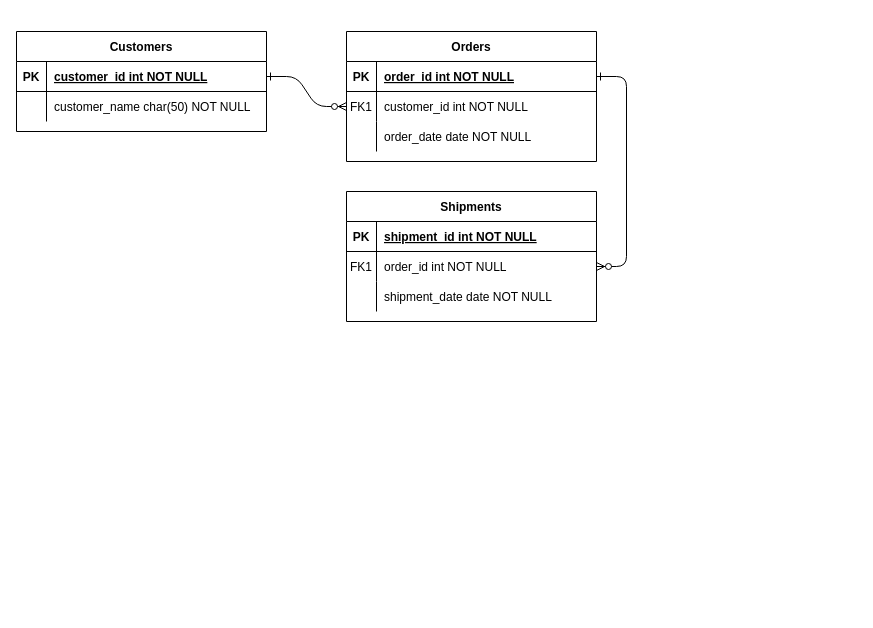
Before: Untitled Diagram.drawio in jiayiliao/Baseball-Data-Analysis, a draw.io diagram. Source tidied: cells renumbered, new cells numbered last; positions are measured from the earlier drawing's top-left corner, leaving out a move shared by most shapes. Both pictures are drawn from the tidied source at 100%, with x=0, y=0 at pixel (16, 31).
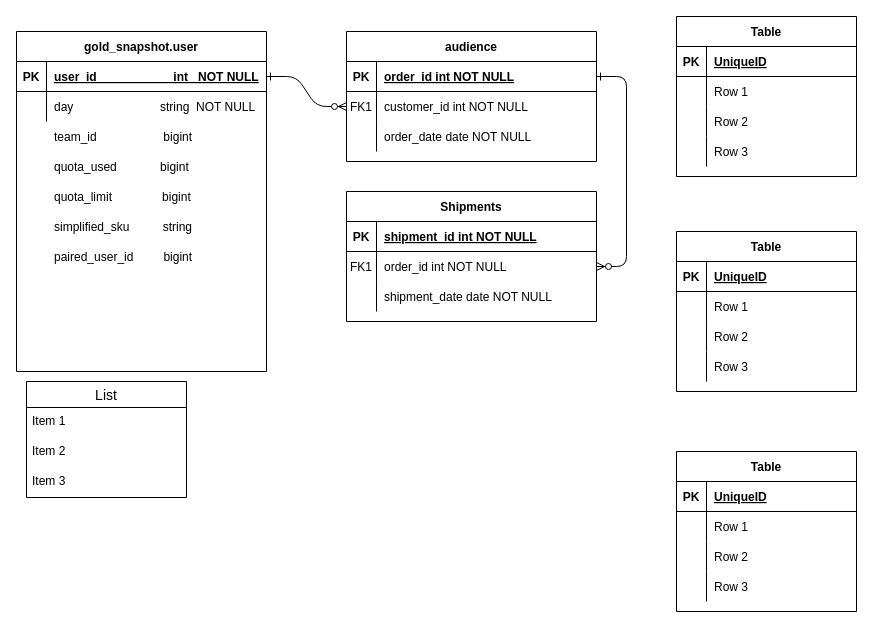
After the change.

Unchanged cells that the change refers to:
```xml
<mxCell id="25" style="shape=partialRectangle;fillColor=none;points=[[0,0.5],[1,0.5]];portConstraint=eastwest;top=0;left=0;right=0;bottom=1;" parent="24" vertex="1">
  <mxGeometry y="30" width="250" height="30" as="geometry" />
</mxCell>
<mxCell id="28" style="shape=partialRectangle;fillColor=none;top=0;left=0;right=0;bottom=0;" parent="24" vertex="1">
  <mxGeometry y="60" width="250" height="30" as="geometry" />
</mxCell>
```

What changed in the source:
```diff
@@
-    <mxCell id="4" value="Orders" style="shape=table;startSize=30;childLayout=tableLayout;rowLines=0;fontStyle=1;align=center;" parent="1" vertex="1">
+    <mxCell id="4" value="audience" style="shape=table;startSize=30;childLayout=tableLayout;rowLines=0;fontStyle=1;align=center;" parent="1" vertex="1">
       <mxGeometry x="330" width="250" height="130" as="geometry" />
     </mxCell>
@@
-    <mxCell id="24" value="Customers" style="shape=table;startSize=30;childLayout=tableLayout;rowLines=0;fontStyle=1;align=center;" parent="1" vertex="1">
-      <mxGeometry width="250" height="100" as="geometry" />
+    <mxCell id="24" value="gold_snapshot.user" style="shape=table;startSize=30;childLayout=tableLayout;rowLines=0;fontStyle=1;align=center;" parent="1" vertex="1">
+      <mxGeometry width="250" height="340" as="geometry" />
     </mxCell>
@@
-    <mxCell id="27" value="customer_id int NOT NULL " style="shape=partialRectangle;overflow=hidden;fillColor=none;top=0;left=0;bottom=0;right=0;align=left;spacingLeft=6;fontStyle=5;" parent="25" vertex="1">
+    <mxCell id="27" value="user_id                       int   NOT NULL" style="shape=partialRectangle;overflow=hidden;fillColor=none;top=0;left=0;bottom=0;right=0;align=left;spacingLeft=6;fontStyle=5;" parent="25" vertex="1">
       <mxGeometry x="30" width="220" height="30" as="geometry" />
     </mxCell>
@@
-    <mxCell id="30" value="customer_name char(50) NOT NULL" style="shape=partialRectangle;overflow=hidden;fillColor=none;top=0;left=0;bottom=0;right=0;align=left;spacingLeft=6;" parent="28" vertex="1">
+    <mxCell id="30" value="day                          string  NOT NULL" style="shape=partialRectangle;overflow=hidden;fillColor=none;top=0;left=0;bottom=0;right=0;align=left;spacingLeft=6;" parent="28" vertex="1">
       <mxGeometry x="30" width="220" height="30" as="geometry" />
     </mxCell>
+    <mxCell id="31" value="Table" style="shape=table;startSize=30;childLayout=tableLayout;rowLines=0;fontStyle=1;align=center;" parent="1" vertex="1">
+      <mxGeometry x="660" y="-15" width="180" height="160" as="geometry" />
+    </mxCell>
+    <mxCell id="32" style="shape=partialRectangle;fillColor=none;top=0;left=0;bottom=1;right=0;" parent="31" vertex="1">
+      <mxGeometry y="30" width="180" height="30" as="geometry" />
+    </mxCell>
+    <mxCell id="33" value="PK" style="shape=partialRectangle;fillColor=none;top=0;left=0;bottom=0;right=0;fontStyle=1;overflow=hidden;" parent="32" vertex="1">
+      <mxGeometry width="30" height="30" as="geometry" />
+    </mxCell>
+    <mxCell id="34" value="UniqueID" style="shape=partialRectangle;fillColor=none;top=0;left=0;bottom=0;right=0;align=left;spacingLeft=6;fontStyle=5;overflow=hidden;" parent="32" vertex="1">
+      <mxGeometry x="30" width="150" height="30" as="geometry" />
+    </mxCell>
+    <mxCell id="35" style="shape=partialRectangle;fillColor=none;top=0;left=0;bottom=0;right=0;" parent="31" vertex="1">
+      <mxGeometry y="60" width="180" height="30" as="geometry" />
+    </mxCell>
+    <mxCell id="36" style="shape=partialRectangle;fillColor=none;top=0;left=0;bottom=0;right=0;overflow=hidden;" parent="35" vertex="1">
+      <mxGeometry width="30" height="30" as="geometry" />
+    </mxCell>
+    <mxCell id="37" value="Row 1" style="shape=partialRectangle;fillColor=none;top=0;left=0;bottom=0;right=0;align=left;spacingLeft=6;overflow=hidden;" parent="35" vertex="1">
+      <mxGeometry x="30" width="150" height="30" as="geometry" />
+    </mxCell>
+    <mxCell id="38" style="shape=partialRectangle;fillColor=none;top=0;left=0;bottom=0;right=0;" parent="31" vertex="1">
+      <mxGeometry y="90" width="180" height="30" as="geometry" />
+    </mxCell>
+    <mxCell id="39" style="shape=partialRectangle;fillColor=none;top=0;left=0;bottom=0;right=0;overflow=hidden;" parent="38" vertex="1">
+      <mxGeometry width="30" height="30" as="geometry" />
+    </mxCell>
+    <mxCell id="40" value="Row 2" style="shape=partialRectangle;fillColor=none;top=0;left=0;bottom=0;right=0;align=left;spacingLeft=6;overflow=hidden;" parent="38" vertex="1">
+      <mxGeometry x="30" width="150" height="30" as="geometry" />
+    </mxCell>
+    <mxCell id="41" style="shape=partialRectangle;fillColor=none;top=0;left=0;bottom=0;right=0;" parent="31" vertex="1">
+      <mxGeometry y="120" width="180" height="30" as="geometry" />
+    </mxCell>
+    <mxCell id="42" style="shape=partialRectangle;fillColor=none;top=0;left=0;bottom=0;right=0;overflow=hidden;" parent="41" vertex="1">
+      <mxGeometry width="30" height="30" as="geometry" />
+    </mxCell>
+    <mxCell id="43" value="Row 3" style="shape=partialRectangle;fillColor=none;top=0;left=0;bottom=0;right=0;align=left;spacingLeft=6;overflow=hidden;" parent="41" vertex="1">
+      <mxGeometry x="30" width="150" height="30" as="geometry" />
+    </mxCell>
+    <mxCell id="44" value="Table" style="shape=table;startSize=30;childLayout=tableLayout;rowLines=0;fontStyle=1;align=center;" parent="1" vertex="1">
+      <mxGeometry x="660" y="420" width="180" height="160" as="geometry" />
+    </mxCell>
+    <mxCell id="45" style="shape=partialRectangle;fillColor=none;top=0;left=0;bottom=1;right=0;" parent="44" vertex="1">
+      <mxGeometry y="30" width="180" height="30" as="geometry" />
+    </mxCell>
+    <mxCell id="46" value="PK" style="shape=partialRectangle;fillColor=none;top=0;left=0;bottom=0;right=0;fontStyle=1;overflow=hidden;" parent="45" vertex="1">
+      <mxGeometry width="30" height="30" as="geometry" />
+    </mxCell>
+    <mxCell id="47" value="UniqueID" style="shape=partialRectangle;fillColor=none;top=0;left=0;bottom=0;right=0;align=left;spacingLeft=6;fontStyle=5;overflow=hidden;" parent="45" vertex="1">
+      <mxGeometry x="30" width="150" height="30" as="geometry" />
+    </mxCell>
+    <mxCell id="48" style="shape=partialRectangle;fillColor=none;top=0;left=0;bottom=0;right=0;" parent="44" vertex="1">
+      <mxGeometry y="60" width="180" height="30" as="geometry" />
+    </mxCell>
+    <mxCell id="49" style="shape=partialRectangle;fillColor=none;top=0;left=0;bottom=0;right=0;overflow=hidden;" parent="48" vertex="1">
+      <mxGeometry width="30" height="30" as="geometry" />
+    </mxCell>
+    <mxCell id="50" value="Row 1" style="shape=partialRectangle;fillColor=none;top=0;left=0;bottom=0;right=0;align=left;spacingLeft=6;overflow=hidden;" parent="48" vertex="1">
+      <mxGeometry x="30" width="150" height="30" as="geometry" />
+    </mxCell>
+    <mxCell id="51" style="shape=partialRectangle;fillColor=none;top=0;left=0;bottom=0;right=0;" parent="44" vertex="1">
+      <mxGeometry y="90" width="180" height="30" as="geometry" />
+    </mxCell>
+    <mxCell id="52" style="shape=partialRectangle;fillColor=none;top=0;left=0;bottom=0;right=0;overflow=hidden;" parent="51" vertex="1">
+      <mxGeometry width="30" height="30" as="geometry" />
+    </mxCell>
+    <mxCell id="53" value="Row 2" style="shape=partialRectangle;fillColor=none;top=0;left=0;bottom=0;right=0;align=left;spacingLeft=6;overflow=hidden;" parent="51" vertex="1">
+      <mxGeometry x="30" width="150" height="30" as="geometry" />
+    </mxCell>
+    <mxCell id="54" style="shape=partialRectangle;fillColor=none;top=0;left=0;bottom=0;right=0;" parent="44" vertex="1">
+      <mxGeometry y="120" width="180" height="30" as="geometry" />
+    </mxCell>
+    <mxCell id="55" style="shape=partialRectangle;fillColor=none;top=0;left=0;bottom=0;right=0;overflow=hidden;" parent="54" vertex="1">
+      <mxGeometry width="30" height="30" as="geometry" />
+    </mxCell>
+    <mxCell id="56" value="Row 3" style="shape=partialRectangle;fillColor=none;top=0;left=0;bottom=0;right=0;align=left;spacingLeft=6;overflow=hidden;" parent="54" vertex="1">
+      <mxGeometry x="30" width="150" height="30" as="geometry" />
+    </mxCell>
+    <mxCell id="57" value="Table" style="shape=table;startSize=30;childLayout=tableLayout;rowLines=0;fontStyle=1;align=center;" parent="1" vertex="1">
+      <mxGeometry x="660" y="200" width="180" height="160" as="geometry" />
+    </mxCell>
+    <mxCell id="58" style="shape=partialRectangle;fillColor=none;top=0;left=0;bottom=1;right=0;" parent="57" vertex="1">
+      <mxGeometry y="30" width="180" height="30" as="geometry" />
+    </mxCell>
+    <mxCell id="59" value="PK" style="shape=partialRectangle;fillColor=none;top=0;left=0;bottom=0;right=0;fontStyle=1;overflow=hidden;" parent="58" vertex="1">
+      <mxGeometry width="30" height="30" as="geometry" />
+    </mxCell>
+    <mxCell id="60" value="UniqueID" style="shape=partialRectangle;fillColor=none;top=0;left=0;bottom=0;right=0;align=left;spacingLeft=6;fontStyle=5;overflow=hidden;" parent="58" vertex="1">
+      <mxGeometry x="30" width="150" height="30" as="geometry" />
+    </mxCell>
+    <mxCell id="61" style="shape=partialRectangle;fillColor=none;top=0;left=0;bottom=0;right=0;" parent="57" vertex="1">
+      <mxGeometry y="60" width="180" height="30" as="geometry" />
+    </mxCell>
+    <mxCell id="62" style="shape=partialRectangle;fillColor=none;top=0;left=0;bottom=0;right=0;overflow=hidden;" parent="61" vertex="1">
+      <mxGeometry width="30" height="30" as="geometry" />
+    </mxCell>
+    <mxCell id="63" value="Row 1" style="shape=partialRectangle;fillColor=none;top=0;left=0;bottom=0;right=0;align=left;spacingLeft=6;overflow=hidden;" parent="61" vertex="1">
+      <mxGeometry x="30" width="150" height="30" as="geometry" />
+    </mxCell>
+    <mxCell id="64" style="shape=partialRectangle;fillColor=none;top=0;left=0;bottom=0;right=0;" parent="57" vertex="1">
+      <mxGeometry y="90" width="180" height="30" as="geometry" />
+    </mxCell>
+    <mxCell id="65" style="shape=partialRectangle;fillColor=none;top=0;left=0;bottom=0;right=0;overflow=hidden;" parent="64" vertex="1">
+      <mxGeometry width="30" height="30" as="geometry" />
+    </mxCell>
+    <mxCell id="66" value="Row 2" style="shape=partialRectangle;fillColor=none;top=0;left=0;bottom=0;right=0;align=left;spacingLeft=6;overflow=hidden;" parent="64" vertex="1">
+      <mxGeometry x="30" width="150" height="30" as="geometry" />
+    </mxCell>
+    <mxCell id="67" style="shape=partialRectangle;fillColor=none;top=0;left=0;bottom=0;right=0;" parent="57" vertex="1">
+      <mxGeometry y="120" width="180" height="30" as="geometry" />
+    </mxCell>
+    <mxCell id="68" style="shape=partialRectangle;fillColor=none;top=0;left=0;bottom=0;right=0;overflow=hidden;" parent="67" vertex="1">
+      <mxGeometry width="30" height="30" as="geometry" />
+    </mxCell>
+    <mxCell id="69" value="Row 3" style="shape=partialRectangle;fillColor=none;top=0;left=0;bottom=0;right=0;align=left;spacingLeft=6;overflow=hidden;" parent="67" vertex="1">
+      <mxGeometry x="30" width="150" height="30" as="geometry" />
+    </mxCell>
+    <mxCell id="70" value="List" style="swimlane;fontStyle=0;horizontal=1;startSize=26;align=center;fontSize=14;" parent="1" vertex="1">
+      <mxGeometry x="10" y="350" width="160" height="116" as="geometry" />
+    </mxCell>
+    <mxCell id="71" value="Item 1" style="text;strokeColor=none;fillColor=none;spacingLeft=4;spacingRight=4;overflow=hidden;fontSize=12;" parent="70" vertex="1">
+      <mxGeometry y="26" width="160" height="30" as="geometry" />
+    </mxCell>
+    <mxCell id="72" value="Item 2" style="text;strokeColor=none;fillColor=none;spacingLeft=4;spacingRight=4;overflow=hidden;fontSize=12;" parent="70" vertex="1">
+      <mxGeometry y="56" width="160" height="30" as="geometry" />
+    </mxCell>
+    <mxCell id="73" value="Item 3" style="text;strokeColor=none;fillColor=none;spacingLeft=4;spacingRight=4;overflow=hidden;fontSize=12;" parent="70" vertex="1">
+      <mxGeometry y="86" width="160" height="30" as="geometry" />
+    </mxCell>
+    <mxCell id="74" value="team_id                    bigint" style="shape=partialRectangle;overflow=hidden;fillColor=none;top=0;left=0;bottom=0;right=0;align=left;spacingLeft=6;" parent="1" vertex="1">
+      <mxGeometry x="30" y="90" width="220" height="30" as="geometry" />
+    </mxCell>
+    <mxCell id="75" value="quota_limit               bigint" style="shape=partialRectangle;overflow=hidden;fillColor=none;top=0;left=0;bottom=0;right=0;align=left;spacingLeft=6;" parent="1" vertex="1">
+      <mxGeometry x="30" y="150" width="220" height="30" as="geometry" />
+    </mxCell>
+    <mxCell id="76" value="quota_used             bigint" style="shape=partialRectangle;overflow=hidden;fillColor=none;top=0;left=0;bottom=0;right=0;align=left;spacingLeft=6;" parent="1" vertex="1">
+      <mxGeometry x="30" y="120" width="220" height="30" as="geometry" />
+    </mxCell>
+    <mxCell id="77" value="simplified_sku          string" style="shape=partialRectangle;overflow=hidden;fillColor=none;top=0;left=0;bottom=0;right=0;align=left;spacingLeft=6;" parent="1" vertex="1">
+      <mxGeometry x="30" y="180" width="220" height="30" as="geometry" />
+    </mxCell>
+    <mxCell id="78" value="paired_user_id         bigint" style="shape=partialRectangle;overflow=hidden;fillColor=none;top=0;left=0;bottom=0;right=0;align=left;spacingLeft=6;" parent="1" vertex="1">
+      <mxGeometry x="30" y="210" width="220" height="30" as="geometry" />
+    </mxCell>
```
